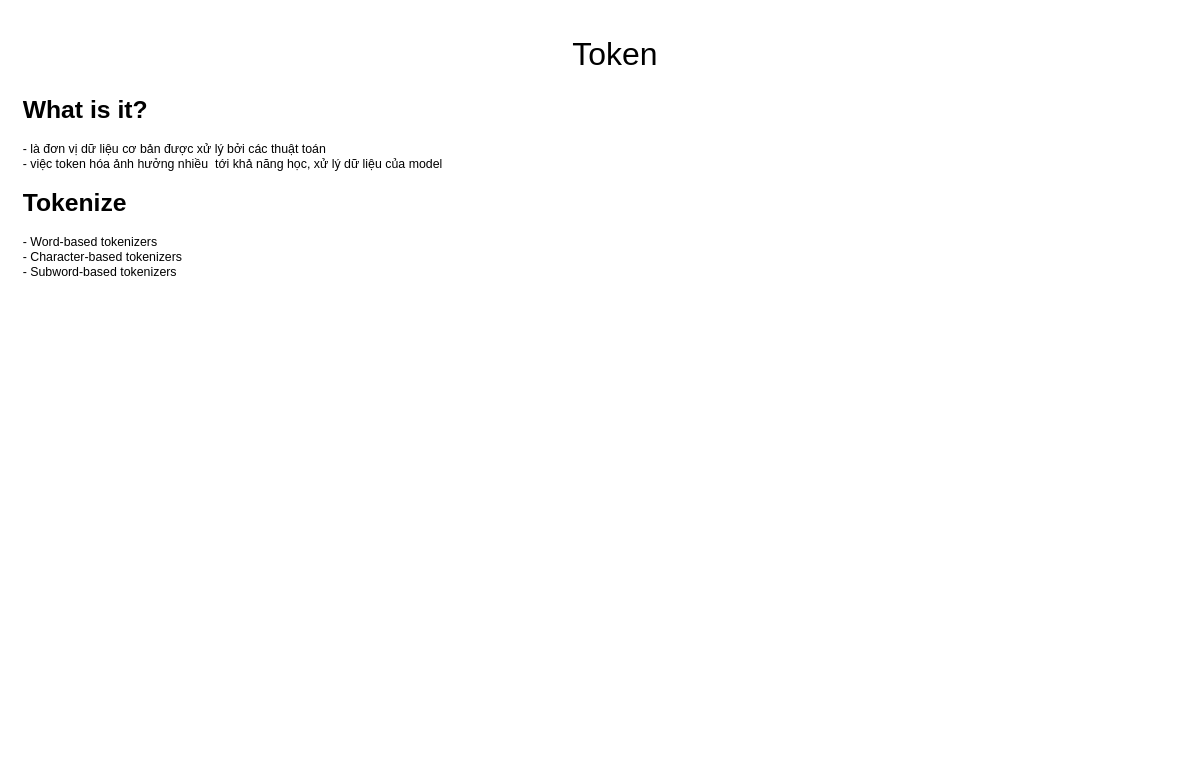
Before: page "Token" (3 of 4) of ai_backend_engineering.drawio in newbie220792/genai-rag-llm, a draw.io diagram. Source tidied: cells renumbered, new cells numbered last; positions are measured from the earlier drawing's top-left corner, leaving out a move shared by most shapes. Both pictures are drawn from the tidied source at 103%, with x=0, y=0 at pixel (18, 18).
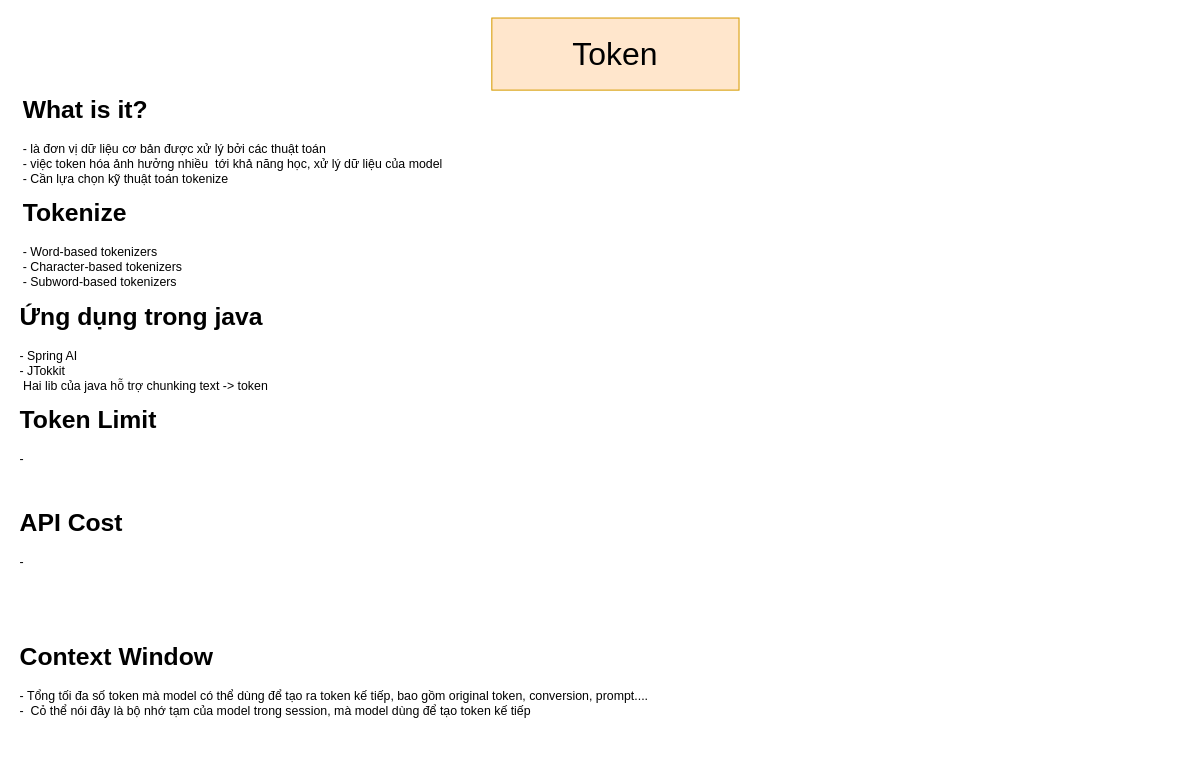
The same diagram, later.

Commit message:
overall acknowledge

What changed in the source:
```diff
@@
 <mxGraphModel>
   <root>
     <mxCell id="0" />
     <mxCell id="1" parent="0" />
-    <mxCell id="2" value="Token" style="text;html=1;strokeColor=none;fillColor=none;align=center;verticalAlign=middle;whiteSpace=wrap;rounded=0;fontSize=31;" parent="1" vertex="1">
+    <mxCell id="2" value="Token" style="text;html=1;strokeColor=#d79b00;fillColor=#ffe6cc;align=center;verticalAlign=middle;whiteSpace=wrap;rounded=0;fontSize=31;" parent="1" vertex="1">
       <mxGeometry x="460" width="240" height="70" as="geometry" />
     </mxCell>
-    <mxCell id="3" value="&lt;h1&gt;What is it?&lt;/h1&gt;- là đơn vị dữ liệu cơ bản được xử lý bởi các thuật toán&lt;br&gt;- việc token hóa ảnh hưởng nhiều&amp;nbsp; tới khả năng học, xử lý dữ liệu của model" style="text;html=1;strokeColor=none;fillColor=none;spacing=5;spacingTop=-20;whiteSpace=wrap;overflow=hidden;rounded=0;" parent="1" vertex="1">
-      <mxGeometry y="70" width="1130" height="90" as="geometry" />
+    <mxCell id="3" value="&lt;h1&gt;What is it?&lt;/h1&gt;- là đơn vị dữ liệu cơ bản được xử lý bởi các thuật toán&lt;br&gt;- việc token hóa ảnh hưởng nhiều&amp;nbsp; tới khả năng học, xử lý dữ liệu của model&lt;div&gt;- Cần lựa chọn kỹ thuật toán tokenize&lt;/div&gt;" style="text;html=1;strokeColor=none;fillColor=none;spacing=5;spacingTop=-20;whiteSpace=wrap;overflow=hidden;rounded=0;" parent="1" vertex="1">
+      <mxGeometry y="70" width="1130" height="100" as="geometry" />
     </mxCell>
     <mxCell id="4" value="&lt;h1&gt;Tokenize&lt;/h1&gt;&lt;div&gt;- Word-based tokenizers&lt;/div&gt;&lt;div&gt;- Character-based tokenizers&lt;/div&gt;&lt;div&gt;- Subword-based tokenizers&lt;/div&gt;" style="text;html=1;strokeColor=none;fillColor=none;spacing=5;spacingTop=-20;whiteSpace=wrap;overflow=hidden;rounded=0;" parent="1" vertex="1">
-      <mxGeometry y="160" width="580" height="100" as="geometry" />
+      <mxGeometry y="170" width="580" height="100" as="geometry" />
     </mxCell>
+    <mxCell id="5" value="&lt;h1 style=&quot;margin-top: 0px;&quot;&gt;Ứng dụng trong java&lt;/h1&gt;&lt;div&gt;- Spring AI&lt;/div&gt;&lt;div&gt;- JTokkit&lt;/div&gt;&lt;div&gt;&amp;nbsp;Hai lib của java hỗ trợ chunking text -&amp;gt; token&lt;/div&gt;" style="text;html=1;whiteSpace=wrap;overflow=hidden;rounded=0;" parent="1" vertex="1">
+      <mxGeometry y="270" width="540" height="110" as="geometry" />
+    </mxCell>
+    <mxCell id="6" value="&lt;h1 style=&quot;margin-top: 0px;&quot;&gt;Token Limit&lt;/h1&gt;&lt;div&gt;-&amp;nbsp;&lt;/div&gt;" style="text;html=1;whiteSpace=wrap;overflow=hidden;rounded=0;" parent="1" vertex="1">
+      <mxGeometry y="370" width="600" height="120" as="geometry" />
+    </mxCell>
+    <mxCell id="7" value="&lt;h1 style=&quot;margin-top: 0px;&quot;&gt;API Cost&lt;/h1&gt;&lt;div&gt;-&amp;nbsp;&lt;/div&gt;" style="text;html=1;whiteSpace=wrap;overflow=hidden;rounded=0;" parent="1" vertex="1">
+      <mxGeometry y="470" width="920" height="120" as="geometry" />
+    </mxCell>
+    <mxCell id="8" value="&lt;h1 style=&quot;margin-top: 0px;&quot;&gt;Context Window&lt;/h1&gt;&lt;div&gt;- Tổng tối đa số token mà model có thể dùng để tạo ra token kế tiếp, bao gồm original token, conversion, prompt....&lt;/div&gt;&lt;div&gt;-&amp;nbsp; Cỏ thể nói đây là bộ nhớ tạm của model trong session, mà model dùng để tạo token kế tiếp&lt;/div&gt;" style="text;html=1;whiteSpace=wrap;overflow=hidden;rounded=0;" parent="1" vertex="1">
+      <mxGeometry y="600" width="900" height="120" as="geometry" />
+    </mxCell>
   </root>
 </mxGraphModel>
```
